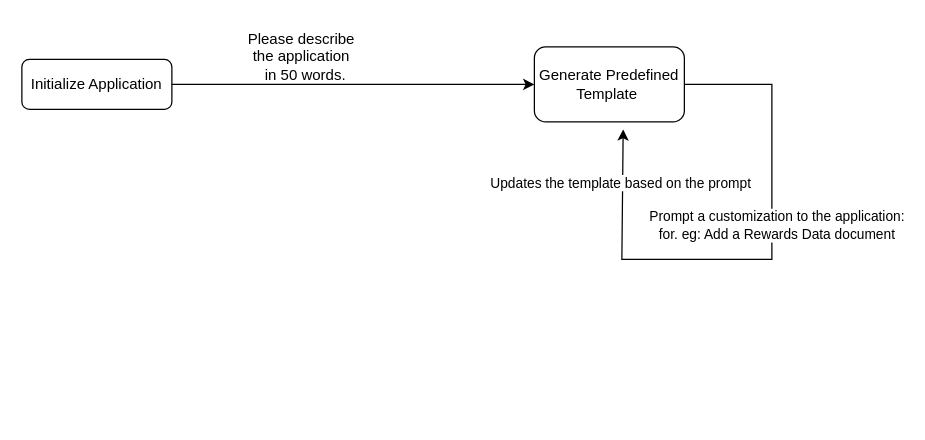
Before: TriggreApplicationFlow.drawio in shanjare2002/triggreApp, a draw.io diagram. Source tidied: cells renumbered, new cells numbered last; positions are measured from the earlier drawing's top-left corner, leaving out a move shared by most shapes. Both pictures are drawn from the tidied source at 125%, with x=0, y=0 at pixel (21, 21).
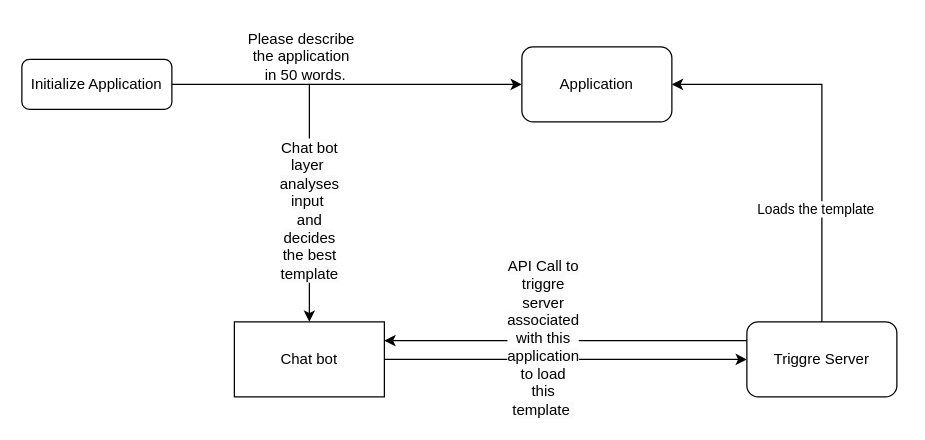
The same page after the edit.

The edit, as a diff of the source:
```diff
@@
 <mxGraphModel>
   <root>
     <mxCell id="0" />
     <mxCell id="1" parent="0" />
     <mxCell id="2" value="Initialize Application" style="rounded=1;whiteSpace=wrap;html=1;fontSize=12;glass=0;strokeWidth=1;shadow=0;" parent="1" vertex="1">
       <mxGeometry y="30" width="120" height="40" as="geometry" />
     </mxCell>
     <mxCell id="3" value="Please describe&amp;nbsp;&lt;div&gt;the&amp;nbsp;&lt;span style=&quot;background-color: initial;&quot;&gt;application&amp;nbsp;&lt;/span&gt;&lt;/div&gt;&lt;div&gt;&lt;span style=&quot;background-color: initial;&quot;&gt;&amp;nbsp;in 50 words.&lt;/span&gt;&lt;div&gt;&lt;div&gt;&lt;br&gt;&lt;/div&gt;&lt;/div&gt;&lt;/div&gt;" style="text;html=1;align=center;verticalAlign=middle;strokeColor=none;fillColor=none;" parent="1" vertex="1">
       <mxGeometry x="170" width="110" height="70" as="geometry" />
     </mxCell>
-    <mxCell id="4" value="Generate Predefined Template&amp;nbsp;" style="rounded=1;whiteSpace=wrap;html=1;" parent="1" vertex="1">
-      <mxGeometry x="410" y="20" width="120" height="60" as="geometry" />
+    <mxCell id="4" value="Application" style="rounded=1;whiteSpace=wrap;html=1;" parent="1" vertex="1">
+      <mxGeometry x="400" y="20" width="120" height="60" as="geometry" />
     </mxCell>
     <mxCell id="5" style="endArrow=classic;html=1;rounded=0;exitX=1;exitY=0.5;exitDx=0;exitDy=0;" parent="1" edge="1" source="2" target="4">
       <mxGeometry relative="1" as="geometry" />
     </mxCell>
-    <mxCell id="6" style="endArrow=classic;html=1;rounded=0;exitX=1;exitY=0.5;exitDx=0;exitDy=0;entryX=0.592;entryY=1.1;entryDx=0;entryDy=0;entryPerimeter=0;" parent="1" edge="1" source="4" target="4">
-      <mxGeometry relative="1" as="geometry">
-        <Array as="points">
-          <mxPoint x="600" y="50" />
-          <mxPoint x="600" y="190" />
-          <mxPoint x="480" y="190" />
-        </Array>
-      </mxGeometry>
-    </mxCell>
-    <mxCell id="7" value="Prompt a customization to the application:&lt;br&gt;for. eg: Add a Rewards Data document" style="edgeLabel;html=1;align=center;verticalAlign=middle;" parent="6" vertex="1">
-      <mxGeometry x="-0.16" y="3" relative="1" as="geometry" />
-    </mxCell>
-    <mxCell id="8" value="Updates the template based on the prompt" style="edgeLabel;html=1;align=center;verticalAlign=middle;" parent="6" vertex="1">
-      <mxGeometry x="0.8" y="2" relative="1" as="geometry" />
-    </mxCell>
+    <mxCell id="9" value="Chat bot" style="rounded=0;whiteSpace=wrap;html=1;" parent="1" vertex="1">
+      <mxGeometry x="170" y="240" width="120" height="60" as="geometry" />
+    </mxCell>
+    <mxCell id="10" style="endArrow=classic;html=1;rounded=0;entryX=0.5;entryY=0;entryDx=0;entryDy=0;" parent="1" edge="1" target="9">
+      <mxGeometry relative="1" as="geometry">
+        <mxPoint x="230" y="50" as="sourcePoint" />
+      </mxGeometry>
+    </mxCell>
+    <mxCell id="11" value="&lt;span style=&quot;font-size: 12px; white-space: normal; background-color: rgb(251, 251, 251);&quot;&gt;Chat bot layer&amp;nbsp;&lt;/span&gt;&lt;br style=&quot;font-size: 12px; white-space: normal; background-color: rgb(251, 251, 251);&quot;&gt;&lt;span style=&quot;font-size: 12px; white-space: normal; background-color: rgb(251, 251, 251);&quot;&gt;analyses input&amp;nbsp;&lt;/span&gt;&lt;br style=&quot;font-size: 12px; white-space: normal; background-color: rgb(251, 251, 251);&quot;&gt;&lt;span style=&quot;font-size: 12px; white-space: normal; background-color: rgb(251, 251, 251);&quot;&gt;and decides the best template&lt;/span&gt;" style="edgeLabel;html=1;align=center;verticalAlign=middle;" parent="10" vertex="1">
+      <mxGeometry x="0.05" y="-1" relative="1" as="geometry" />
+    </mxCell>
+    <mxCell id="12" value="Triggre Server" style="rounded=1;whiteSpace=wrap;html=1;" parent="1" vertex="1">
+      <mxGeometry x="580" y="240" width="120" height="60" as="geometry" />
+    </mxCell>
+    <mxCell id="13" style="endArrow=classic;html=1;rounded=0;exitX=1;exitY=0.5;exitDx=0;exitDy=0;entryX=0;entryY=0.5;entryDx=0;entryDy=0;" parent="1" edge="1" source="9" target="12">
+      <mxGeometry relative="1" as="geometry" />
+    </mxCell>
+    <mxCell id="14" style="endArrow=classic;html=1;rounded=0;exitX=0;exitY=0.25;exitDx=0;exitDy=0;entryX=1;entryY=0.25;entryDx=0;entryDy=0;" parent="1" edge="1" source="12" target="9">
+      <mxGeometry relative="1" as="geometry" />
+    </mxCell>
+    <mxCell id="15" value="&lt;span style=&quot;font-size: 12px; white-space: normal; background-color: rgb(251, 251, 251);&quot;&gt;API Call to triggre server associated with this application&lt;/span&gt;&lt;br style=&quot;font-size: 12px; white-space: normal; background-color: rgb(251, 251, 251);&quot;&gt;&lt;span style=&quot;font-size: 12px; white-space: normal; background-color: rgb(251, 251, 251);&quot;&gt;to load this template&amp;nbsp;&lt;/span&gt;" style="edgeLabel;html=1;align=center;verticalAlign=middle;" parent="14" vertex="1">
+      <mxGeometry x="0.13" y="-3" relative="1" as="geometry" />
+    </mxCell>
+    <mxCell id="16" style="endArrow=classic;html=1;rounded=0;exitX=0.5;exitY=0;exitDx=0;exitDy=0;entryX=1;entryY=0.5;entryDx=0;entryDy=0;" parent="1" edge="1" source="12" target="4">
+      <mxGeometry relative="1" as="geometry">
+        <Array as="points">
+          <mxPoint x="640" y="50" />
+        </Array>
+      </mxGeometry>
+    </mxCell>
+    <mxCell id="17" value="Loads the template" style="edgeLabel;html=1;align=center;verticalAlign=middle;" parent="16" vertex="1">
+      <mxGeometry x="-0.41" y="6" relative="1" as="geometry" />
+    </mxCell>
   </root>
 </mxGraphModel>
```
